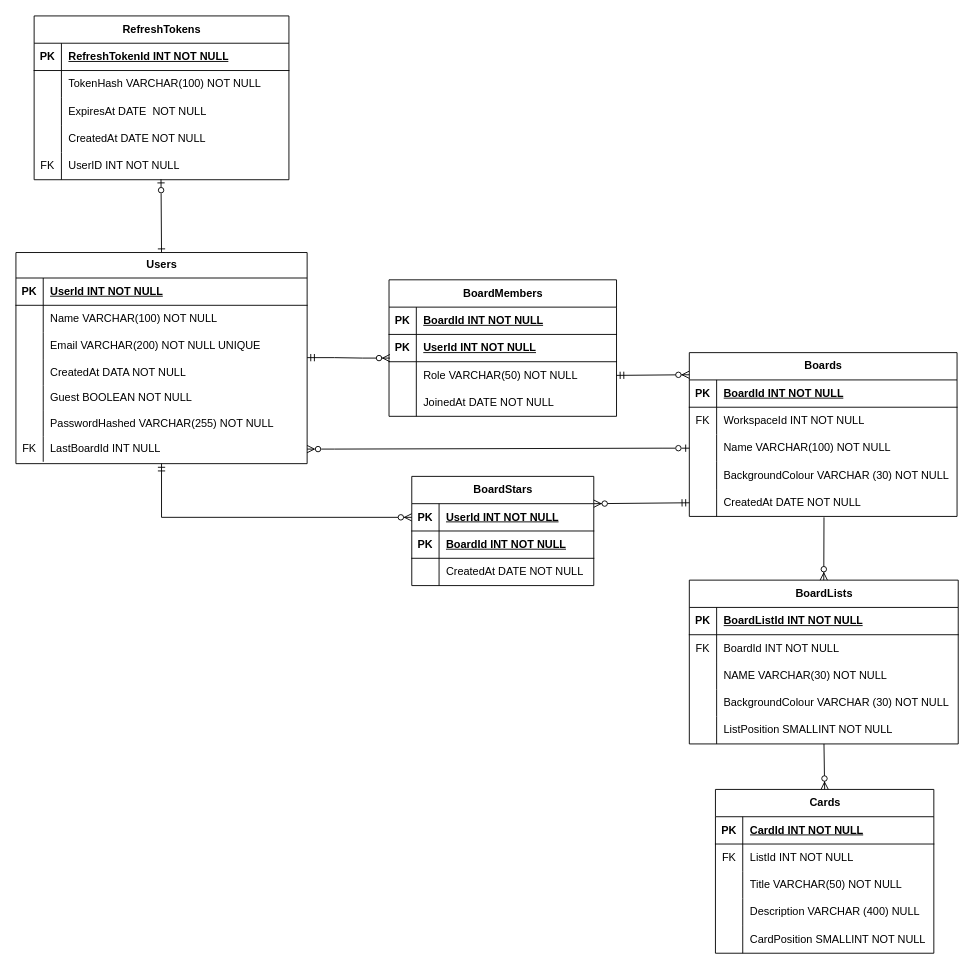
Earlier version of the draw.io diagram DatabaseFilesAndDesign/DatabaseDesign.drawio (maninder56/Planner-Web-App). Source tidied: cells renumbered, new cells numbered last; positions are measured from the earlier drawing's top-left corner, leaving out a move shared by most shapes. Both pictures are drawn from the tidied source at 91%, with x=0, y=0 at pixel (15, 15).
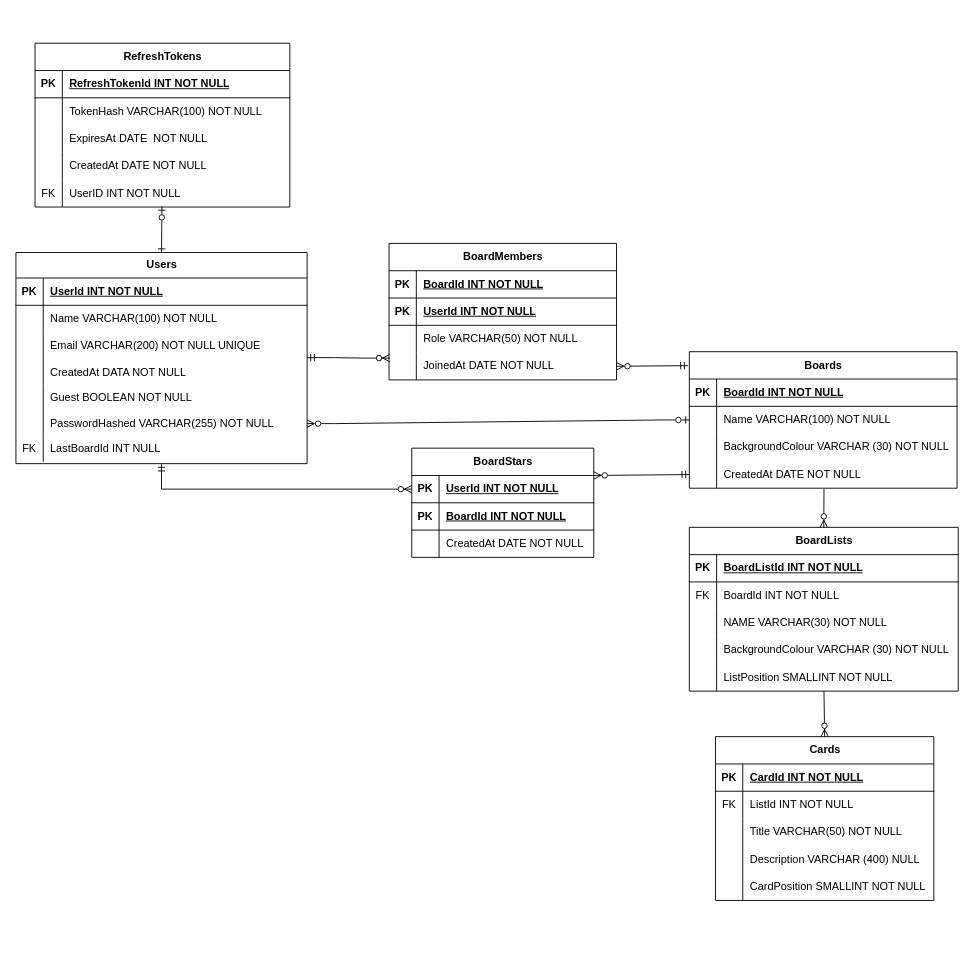
The same diagram, later.

Commit message (it also covers changes not shown here):
Reflected the redesign to database context

Unchanged cells that the change refers to:
```xml
<mxCell id="18" style="shape=tableRow;horizontal=0;startSize=0;swimlaneHead=0;swimlaneBody=0;fillColor=none;points=[[0,0.5],[1,0.5]];portConstraint=eastwest;top=0;left=0;right=0;bottom=0;" parent="2" vertex="1">
  <mxGeometry y="174" width="320" height="28" as="geometry" />
</mxCell>
<mxCell id="21" style="shape=tableRow;horizontal=0;startSize=0;swimlaneHead=0;swimlaneBody=0;fillColor=none;points=[[0,0.5],[1,0.5]];portConstraint=eastwest;top=0;left=0;right=0;bottom=0;" parent="2" vertex="1">
  <mxGeometry y="202" width="320" height="28" as="geometry" />
</mxCell>
<mxCell id="48" style="shape=tableRow;horizontal=0;startSize=0;swimlaneHead=0;swimlaneBody=0;fillColor=none;points=[[0,0.5],[1,0.5]];portConstraint=eastwest;top=0;left=0;right=0;bottom=0;" parent="41" vertex="1">
  <mxGeometry y="90" width="250" height="30" as="geometry" />
</mxCell>
<mxCell id="51" style="shape=tableRow;horizontal=0;startSize=0;swimlaneHead=0;swimlaneBody=0;fillColor=none;points=[[0,0.5],[1,0.5]];portConstraint=eastwest;top=0;left=0;right=0;bottom=0;" parent="41" vertex="1">
  <mxGeometry y="120" width="250" height="30" as="geometry" />
</mxCell>
```

What changed in the source:
```diff
@@
     <mxCell id="24" value="RefreshTokens" style="shape=table;startSize=30;childLayout=tableLayout;rowLines=0;fontStyle=1;align=center;html=1;" parent="1" vertex="1">
-      <mxGeometry x="20" width="280" height="180" as="geometry" />
+      <mxGeometry x="21" y="30" width="280" height="180" as="geometry" />
     </mxCell>
@@
     <mxCell id="41" value="BoardMembers" style="shape=table;startSize=30;childLayout=tableLayout;rowLines=0;fontStyle=1;align=center;html=1;" parent="1" vertex="1">
-      <mxGeometry x="410" y="290" width="250" height="150" as="geometry" />
+      <mxGeometry x="410" y="250" width="250" height="150" as="geometry" />
     </mxCell>
@@
     <mxCell id="54" value="Boards" style="shape=table;startSize=30;childLayout=tableLayout;rowLines=0;fontStyle=1;align=center;html=1;" parent="1" vertex="1">
-      <mxGeometry x="740" y="370" width="294.2" height="180" as="geometry" />
+      <mxGeometry x="740" y="369" width="294.2" height="150" as="geometry" />
     </mxCell>
@@
-    <mxCell id="58" style="shape=tableRow;horizontal=0;startSize=0;swimlaneHead=0;swimlaneBody=0;fillColor=none;top=0;left=0;right=0;bottom=0;" parent="54" vertex="1">
-      <mxGeometry y="60" width="294.2" height="30" as="geometry" />
-    </mxCell>
-    <mxCell id="59" value="FK" style="shape=partialRectangle;fillColor=none;top=0;left=0;bottom=0;right=0;overflow=hidden;whiteSpace=wrap;html=1;" parent="58" vertex="1">
-      <mxGeometry width="30" height="30" as="geometry" />
-    </mxCell>
-    <mxCell id="60" value="WorkspaceId INT NOT NULL" style="shape=partialRectangle;fillColor=none;top=0;left=0;bottom=0;right=0;align=left;spacingLeft=6;overflow=hidden;whiteSpace=wrap;html=1;" parent="58" vertex="1">
-      <mxGeometry x="30" width="264.2" height="30" as="geometry" />
-    </mxCell>
     <mxCell id="61" style="shape=tableRow;horizontal=0;startSize=0;swimlaneHead=0;swimlaneBody=0;fillColor=none;points=[[0,0.5],[1,0.5]];portConstraint=eastwest;top=0;left=0;right=0;bottom=0;" parent="54" vertex="1">
-      <mxGeometry y="90" width="294.2" height="30" as="geometry" />
+      <mxGeometry y="60" width="294.2" height="30" as="geometry" />
     </mxCell>
@@
     <mxCell id="64" style="shape=tableRow;horizontal=0;startSize=0;swimlaneHead=0;swimlaneBody=0;fillColor=none;top=0;left=0;right=0;bottom=0;" parent="54" vertex="1">
-      <mxGeometry y="120" width="294.2" height="30" as="geometry" />
+      <mxGeometry y="90" width="294.2" height="30" as="geometry" />
     </mxCell>
@@
     <mxCell id="67" style="shape=tableRow;horizontal=0;startSize=0;swimlaneHead=0;swimlaneBody=0;fillColor=none;points=[[0,0.5],[1,0.5]];portConstraint=eastwest;top=0;left=0;right=0;bottom=0;" parent="54" vertex="1">
-      <mxGeometry y="150" width="294.2" height="30" as="geometry" />
+      <mxGeometry y="120" width="294.2" height="30" as="geometry" />
     </mxCell>
@@
     <mxCell id="70" value="BoardLists" style="shape=table;startSize=30;childLayout=tableLayout;rowLines=0;fontStyle=1;align=center;html=1;" parent="1" vertex="1">
-      <mxGeometry x="740" y="620" width="295.5" height="180" as="geometry" />
+      <mxGeometry x="740" y="562" width="295.5" height="180" as="geometry" />
     </mxCell>
@@
     <mxCell id="86" value="Cards" style="shape=table;startSize=30;childLayout=tableLayout;rowLines=0;fontStyle=1;align=center;html=1;" parent="1" vertex="1">
-      <mxGeometry x="768.7" y="850" width="240" height="180" as="geometry" />
+      <mxGeometry x="768.7" y="792" width="240" height="180" as="geometry" />
     </mxCell>
@@
-    <mxCell id="103" style="fontSize=12;html=1;endArrow=ERzeroToMany;endFill=1;rounded=0;entryX=0;entryY=0.135;entryDx=0;entryDy=0;entryPerimeter=0;exitX=1;exitY=0.5;exitDx=0;exitDy=0;startArrow=ERmandOne;startFill=0;" parent="1" edge="1" source="48" target="54">
+    <mxCell id="103" style="fontSize=12;html=1;endArrow=ERzeroToMany;endFill=1;rounded=0;exitX=-0.005;exitY=0.102;exitDx=0;exitDy=0;startArrow=ERmandOne;startFill=0;exitPerimeter=0;entryX=1;entryY=0.5;entryDx=0;entryDy=0;" parent="1" edge="1" source="54" target="51">
       <mxGeometry relative="1" as="geometry" />
     </mxCell>
@@
     <mxCell id="106" value="BoardStars" style="shape=table;startSize=30;childLayout=tableLayout;rowLines=0;fontStyle=1;align=center;html=1;" parent="1" vertex="1">
-      <mxGeometry x="435" y="506" width="200" height="120" as="geometry" />
+      <mxGeometry x="435" y="475" width="200" height="120" as="geometry" />
     </mxCell>
@@
-    <mxCell id="118" style="edgeStyle=entityRelationEdgeStyle;fontSize=12;html=1;endArrow=ERzeroToOne;startArrow=ERzeroToMany;rounded=0;exitX=1;exitY=0.5;exitDx=0;exitDy=0;endFill=0;startFill=0;entryX=0;entryY=0.5;entryDx=0;entryDy=0;" parent="1" edge="1" source="21" target="61">
+    <mxCell id="118" style="edgeStyle=entityRelationEdgeStyle;fontSize=12;html=1;endArrow=ERzeroToOne;startArrow=ERzeroToMany;rounded=0;exitX=1;exitY=0.5;exitDx=0;exitDy=0;endFill=0;startFill=0;entryX=0;entryY=0.5;entryDx=0;entryDy=0;" parent="1" edge="1" source="18" target="61">
       <mxGeometry relative="1" as="geometry" />
     </mxCell>
```
